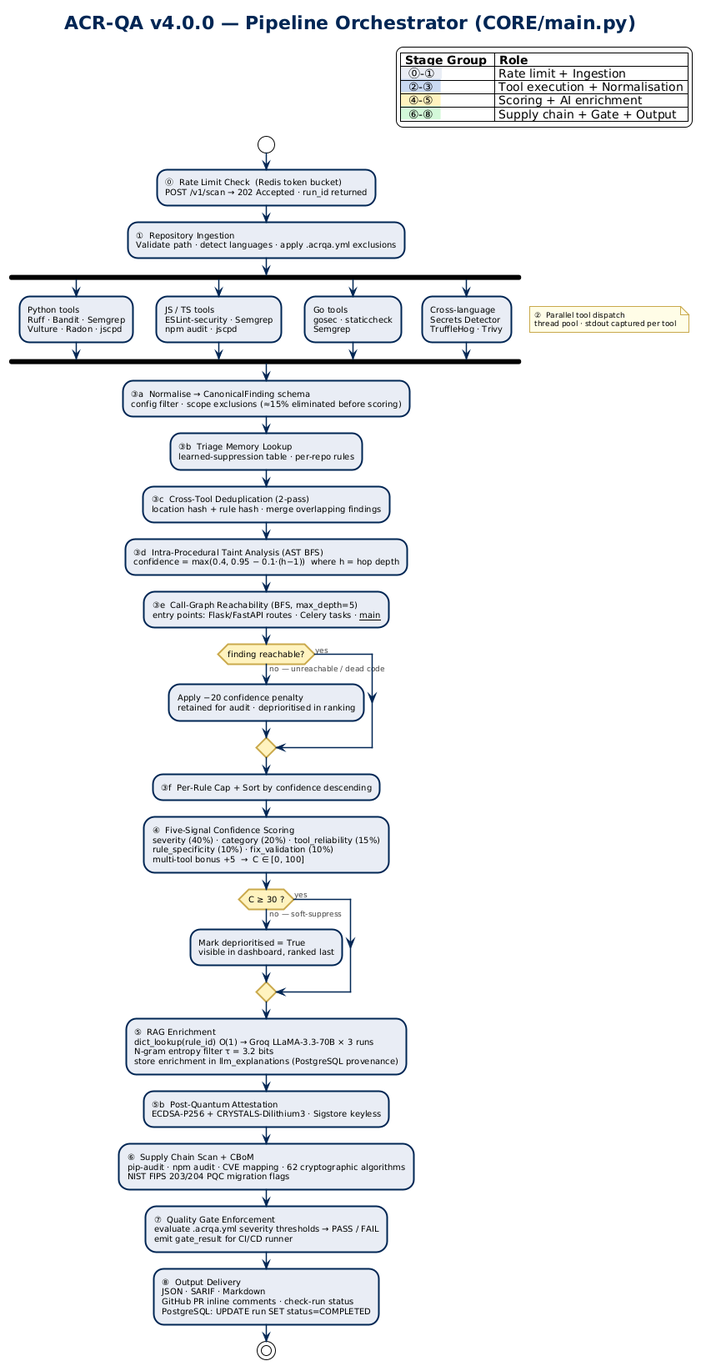
The PlantUML diagram ACR-QA-Book/figures/pipeline_orchestrator.png in starredjaco/ACR-QA, before a commit.
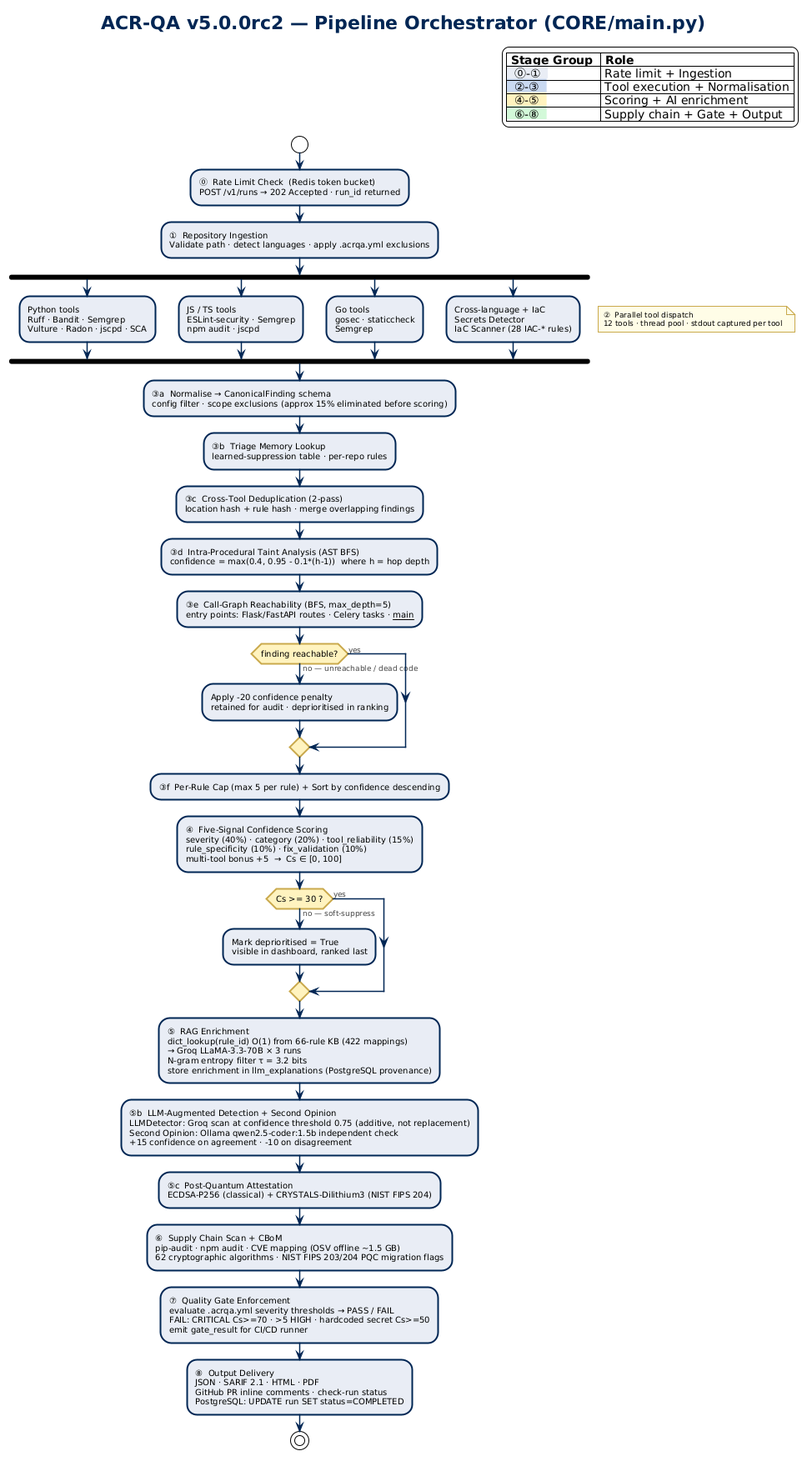
Later version of the same file.

The edit, as a diff of the source:
```diff
@@ -27,59 +27,97 @@
   FontSize        9
 }
 
-title <color:#002654><b>ACR-QA v4.0.0 — Pipeline Orchestrator (CORE/main.py)</b></color>
+title <color:#002654><b>ACR-QA v5.0.0rc2 — Pipeline Orchestrator (CORE/main.py)</b></color>
 
 start
 
-:⓪  Rate Limit Check  (Redis token bucket)\nPOST /v1/scan → 202 Accepted · run_id returned;
+:⓪  Rate Limit Check  (Redis token bucket)
+POST /v1/runs → 202 Accepted · run_id returned;
 
-:①  Repository Ingestion\nValidate path · detect languages · apply .acrqa.yml exclusions;
+:①  Repository Ingestion
+Validate path · detect languages · apply .acrqa.yml exclusions;
 
 fork
-  :Python tools\nRuff · Bandit · Semgrep\nVulture · Radon · jscpd;
+  :Python tools
+  Ruff · Bandit · Semgrep
+  Vulture · Radon · jscpd · SCA;
 fork again
-  :JS / TS tools\nESLint-security · Semgrep\nnpm audit · jscpd;
+  :JS / TS tools
+  ESLint-security · Semgrep
+  npm audit · jscpd;
 fork again
-  :Go tools\ngosec · staticcheck\nSemgrep;
+  :Go tools
+  gosec · staticcheck
+  Semgrep;
 fork again
-  :Cross-language\nSecrets Detector\nTruffleHog · Trivy;
+  :Cross-language + IaC
+  Secrets Detector
+  IaC Scanner (28 IAC-* rules);
 end fork
 
-note right : ②  Parallel tool dispatch\nthread pool · stdout captured per tool
+note right : ②  Parallel tool dispatch\n12 tools · thread pool · stdout captured per tool
 
-:③a  Normalise → CanonicalFinding schema\nconfig filter · scope exclusions (≈15% eliminated before scoring);
+:③a  Normalise → CanonicalFinding schema
+config filter · scope exclusions (approx 15% eliminated before scoring);
 
-:③b  Triage Memory Lookup\nlearned-suppression table · per-repo rules;
+:③b  Triage Memory Lookup
+learned-suppression table · per-repo rules;
 
-:③c  Cross-Tool Deduplication (2-pass)\nlocation hash + rule hash · merge overlapping findings;
+:③c  Cross-Tool Deduplication (2-pass)
+location hash + rule hash · merge overlapping findings;
 
-:③d  Intra-Procedural Taint Analysis (AST BFS)\nconfidence = max(0.4, 0.95 − 0.1·(h−1))  where h = hop depth;
+:③d  Intra-Procedural Taint Analysis (AST BFS)
+confidence = max(0.4, 0.95 - 0.1*(h-1))  where h = hop depth;
 
-:③e  Call-Graph Reachability (BFS, max_depth=5)\nentry points: Flask/FastAPI routes · Celery tasks · __main__;
+:③e  Call-Graph Reachability (BFS, max_depth=5)
+entry points: Flask/FastAPI routes · Celery tasks · __main__;
 
 if (finding reachable?) then (yes)
 else (no — unreachable / dead code)
-  :Apply −20 confidence penalty\nretained for audit · deprioritised in ranking;
+  :Apply -20 confidence penalty
+  retained for audit · deprioritised in ranking;
 endif
 
-:③f  Per-Rule Cap + Sort by confidence descending;
+:③f  Per-Rule Cap (max 5 per rule) + Sort by confidence descending;
 
-:④  Five-Signal Confidence Scoring\nseverity (40%) · category (20%) · tool_reliability (15%)\nrule_specificity (10%) · fix_validation (10%)\nmulti-tool bonus +5  →  C ∈ [0, 100];
+:④  Five-Signal Confidence Scoring
+severity (40%) · category (20%) · tool_reliability (15%)
+rule_specificity (10%) · fix_validation (10%)
+multi-tool bonus +5  →  Cs ∈ [0, 100];
 
-if (C ≥ 30 ?) then (yes)
+if (Cs >= 30 ?) then (yes)
 else (no — soft-suppress)
-  :Mark deprioritised = True\nvisible in dashboard, ranked last;
+  :Mark deprioritised = True
+  visible in dashboard, ranked last;
 endif
 
-:⑤  RAG Enrichment\ndict_lookup(rule_id) O(1) → Groq LLaMA-3.3-70B × 3 runs\nN-gram entropy filter τ = 3.2 bits\nstore enrichment in llm_explanations (PostgreSQL provenance);
+:⑤  RAG Enrichment
+dict_lookup(rule_id) O(1) from 66-rule KB (422 mappings)
+→ Groq LLaMA-3.3-70B × 3 runs
+N-gram entropy filter τ = 3.2 bits
+store enrichment in llm_explanations (PostgreSQL provenance);
 
-:⑤b  Post-Quantum Attestation\nECDSA-P256 + CRYSTALS-Dilithium3 · Sigstore keyless;
+:⑤b  LLM-Augmented Detection + Second Opinion
+LLMDetector: Groq scan at confidence threshold 0.75 (additive, not replacement)
+Second Opinion: Ollama qwen2.5-coder:1.5b independent check
++15 confidence on agreement · -10 on disagreement;
 
-:⑥  Supply Chain Scan + CBoM\npip-audit · npm audit · CVE mapping · 62 cryptographic algorithms\nNIST FIPS 203/204 PQC migration flags;
+:⑤c  Post-Quantum Attestation
+ECDSA-P256 (classical) + CRYSTALS-Dilithium3 (NIST FIPS 204);
 
-:⑦  Quality Gate Enforcement\nevaluate .acrqa.yml severity thresholds → PASS / FAIL\nemit gate_result for CI/CD runner;
+:⑥  Supply Chain Scan + CBoM
+pip-audit · npm audit · CVE mapping (OSV offline ~1.5 GB)
+62 cryptographic algorithms · NIST FIPS 203/204 PQC migration flags;
 
-:⑧  Output Delivery\nJSON · SARIF · Markdown\nGitHub PR inline comments · check-run status\nPostgreSQL: UPDATE run SET status=COMPLETED;
+:⑦  Quality Gate Enforcement
+evaluate .acrqa.yml severity thresholds → PASS / FAIL
+FAIL: CRITICAL Cs>=70 · >5 HIGH · hardcoded secret Cs>=50
+emit gate_result for CI/CD runner;
+
+:⑧  Output Delivery
+JSON · SARIF 2.1 · HTML · PDF
+GitHub PR inline comments · check-run status
+PostgreSQL: UPDATE run SET status=COMPLETED;
 
 stop
 
```
